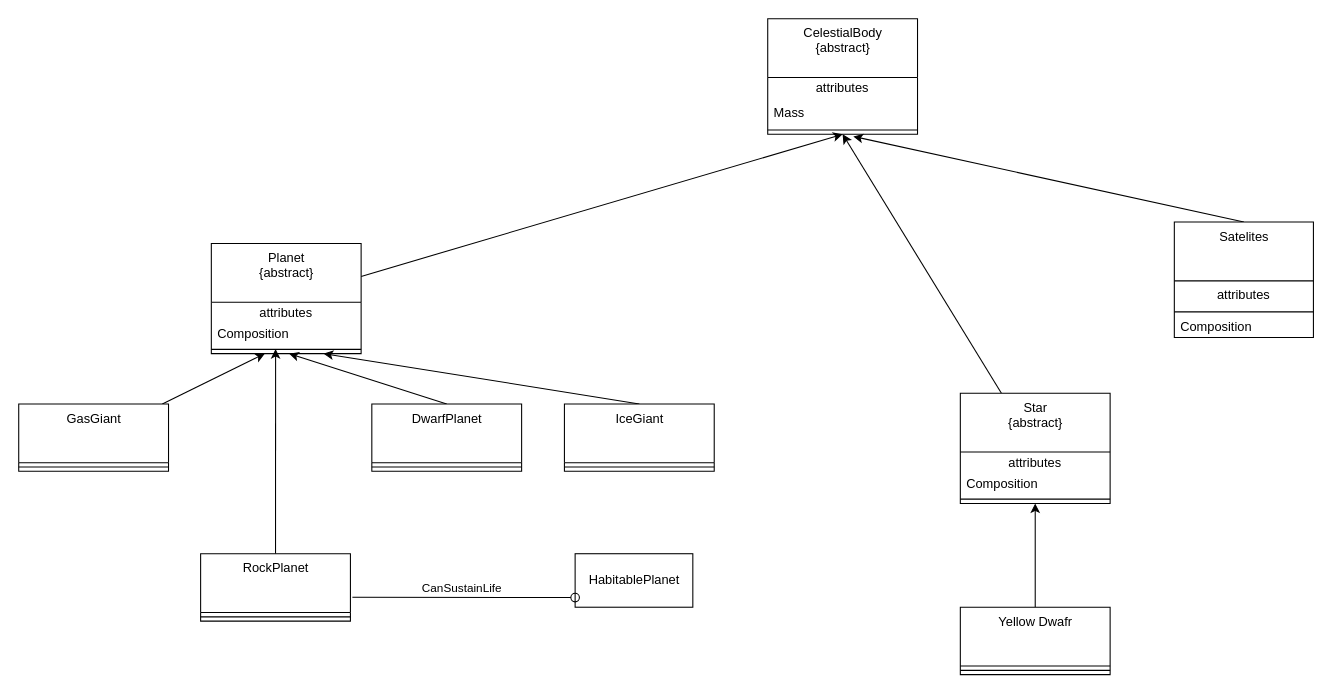
Earlier version of the draw.io diagram SolarSystem/diagram/SolarSystem.drawio (Andressafmachado/LogicTestAIHR). Source tidied: cells renumbered, new cells numbered last; positions are measured from the earlier drawing's top-left corner, leaving out a move shared by most shapes. Both pictures are drawn from the tidied source at 107%, with x=0, y=0 at pixel (18, 18).
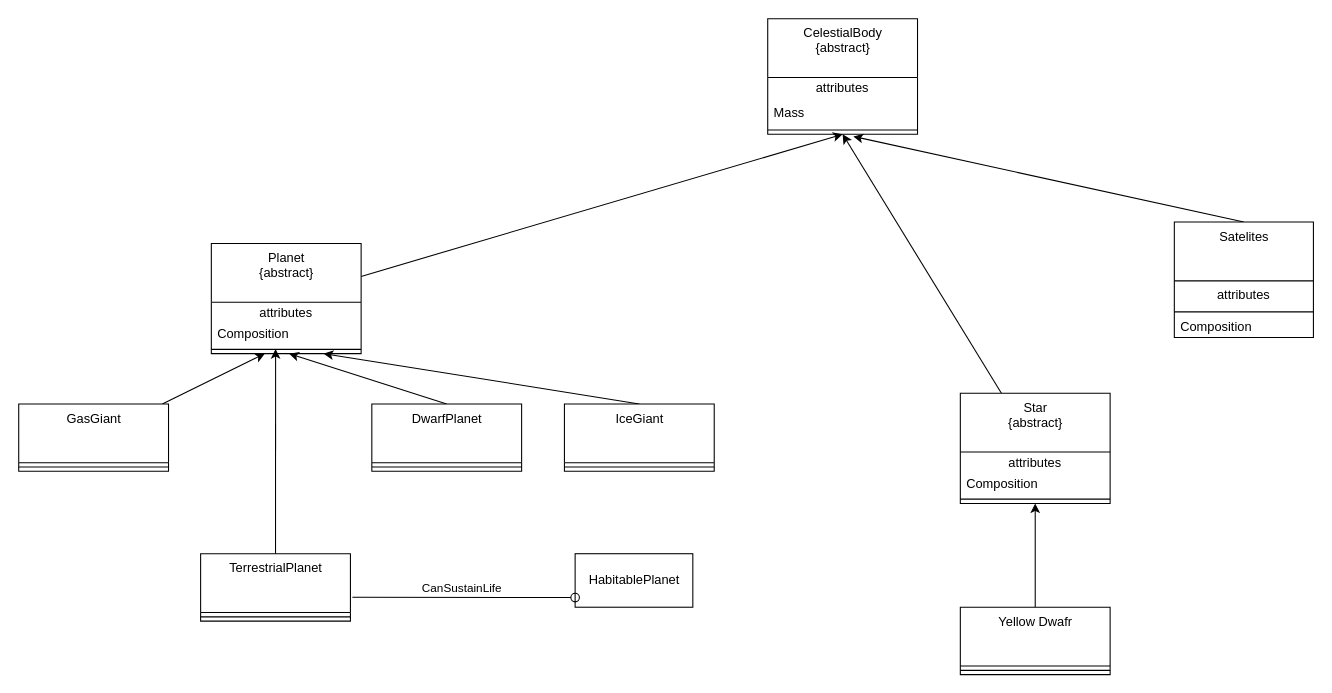
The same diagram, later.

The edit, as a diff of the source:
```diff
@@
-    <mxCell id="15" value="RockPlanet&lt;br&gt;" style="swimlane;fontStyle=0;align=center;verticalAlign=top;horizontal=1;startSize=55;html=1;labelBackgroundColor=none;fontColor=default;" parent="1" vertex="1">
+    <mxCell id="15" value="TerrestrialPlanet" style="swimlane;fontStyle=0;align=center;verticalAlign=top;horizontal=1;startSize=55;html=1;labelBackgroundColor=none;fontColor=default;" parent="1" vertex="1">
       <mxGeometry x="170" y="500" width="140" height="63" as="geometry" />
     </mxCell>
```
